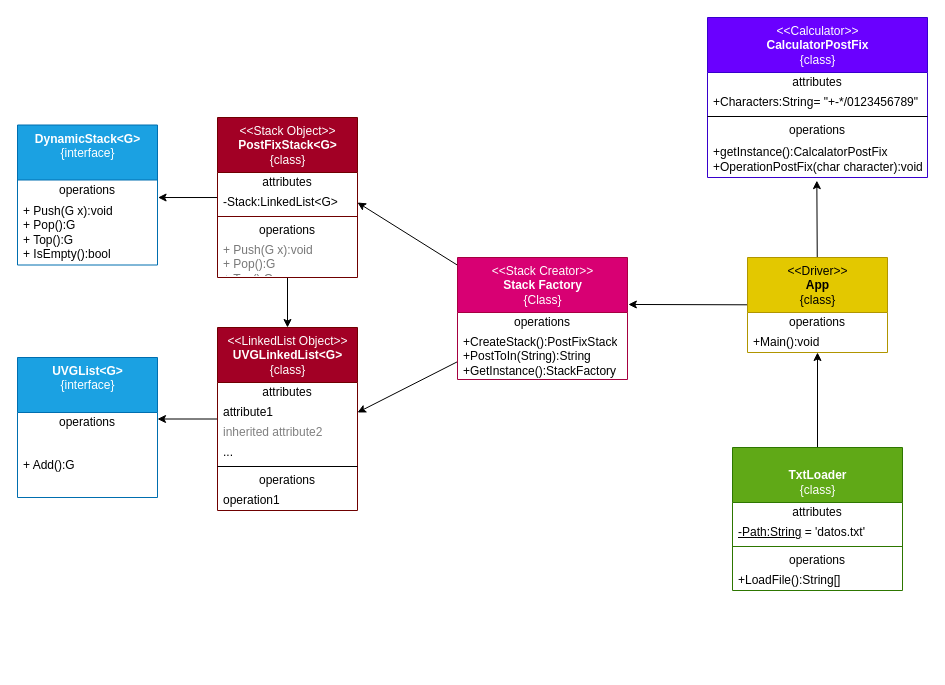
PeDro0210/hdt_4 keeps this draw.io diagram as tasks/UML.drawio. Above is the earlier version. Source tidied: cells renumbered, new cells numbered last; positions are measured from the earlier drawing's top-left corner, leaving out a move shared by most shapes. Both pictures are drawn from the tidied source at 100%, with x=0, y=0 at pixel (17, 17).
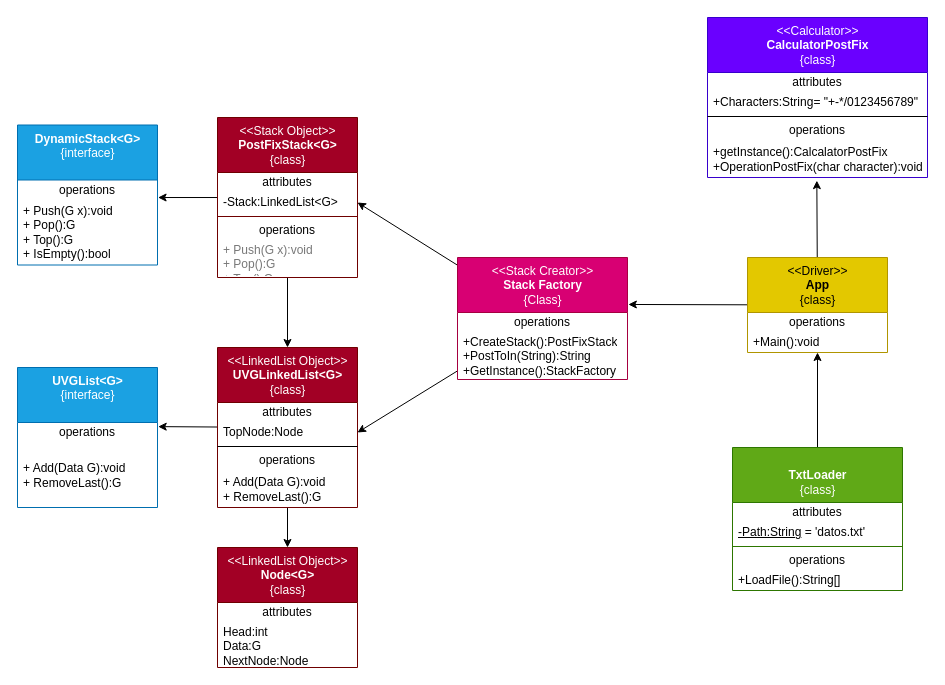
The same diagram, later.

The change refers to these unchanged cells:
```xml
<mxCell id="28" value="operations" style="text;html=1;strokeColor=none;fillColor=none;align=center;verticalAlign=middle;spacingLeft=4;spacingRight=4;overflow=hidden;points=[[0,0.5],[1,0.5]];portConstraint=eastwest;" parent="27" vertex="1">
  <mxGeometry y="55" width="140" height="20" as="geometry" />
</mxCell>
```

The edit, as a diff of the source:
```diff
@@
-    <mxCell id="18" style="edgeStyle=none;html=1;" parent="1" edge="1" source="19">
-      <mxGeometry relative="1" as="geometry">
-        <mxPoint x="140" y="401.5" as="targetPoint" />
-      </mxGeometry>
+    <mxCell id="18" style="edgeStyle=none;html=1;entryX=1.005;entryY=0.206;entryDx=0;entryDy=0;entryPerimeter=0;" parent="1" edge="1" source="19" target="28">
+      <mxGeometry relative="1" as="geometry" />
     </mxCell>
+    <mxCell id="48" style="edgeStyle=none;html=1;" parent="1" edge="1" source="19" target="49">
+      <mxGeometry relative="1" as="geometry" />
+    </mxCell>
     <mxCell id="19" value="&amp;lt;&amp;lt;LinkedList Object&amp;gt;&amp;gt;&lt;br&gt;&lt;b&gt;UVGLinkedList&amp;lt;G&amp;gt;&lt;/b&gt;&lt;br&gt;{class}" style="swimlane;fontStyle=0;align=center;verticalAlign=top;horizontal=1;startSize=55;html=1;fillColor=#a20025;fontColor=#ffffff;strokeColor=#6F0000;" parent="1" vertex="1">
-      <mxGeometry x="200" y="310" width="140" height="183" as="geometry" />
+      <mxGeometry x="200" y="330" width="140" height="160" as="geometry" />
     </mxCell>
@@
-    <mxCell id="21" value="attribute1" style="text;html=1;strokeColor=none;fillColor=none;align=left;verticalAlign=middle;spacingLeft=4;spacingRight=4;overflow=hidden;points=[[0,0.5],[1,0.5]];portConstraint=eastwest;" parent="19" vertex="1">
+    <mxCell id="21" value="TopNode:Node" style="text;html=1;strokeColor=none;fillColor=none;align=left;verticalAlign=middle;spacingLeft=4;spacingRight=4;overflow=hidden;points=[[0,0.5],[1,0.5]];portConstraint=eastwest;" parent="19" vertex="1">
       <mxGeometry y="75" width="140" height="20" as="geometry" />
     </mxCell>
-    <mxCell id="22" value="inherited attribute2" style="text;html=1;strokeColor=none;fillColor=none;align=left;verticalAlign=middle;spacingLeft=4;spacingRight=4;overflow=hidden;fontColor=#808080;" parent="19" vertex="1">
-      <mxGeometry y="95" width="140" height="20" as="geometry" />
-    </mxCell>
-    <mxCell id="23" value="..." style="text;html=1;strokeColor=none;fillColor=none;align=left;verticalAlign=middle;spacingLeft=4;spacingRight=4;overflow=hidden;" parent="19" vertex="1">
-      <mxGeometry y="115" width="140" height="20" as="geometry" />
-    </mxCell>
     <mxCell id="24" style="line;strokeWidth=1;fillColor=none;align=left;verticalAlign=middle;spacingTop=-1;spacingLeft=3;spacingRight=3;labelPosition=right;" parent="19" vertex="1">
-      <mxGeometry y="135" width="140" height="8" as="geometry" />
+      <mxGeometry y="95" width="140" height="8" as="geometry" />
     </mxCell>
     <mxCell id="25" value="operations" style="text;html=1;strokeColor=none;fillColor=none;align=center;verticalAlign=middle;spacingLeft=4;spacingRight=4;overflow=hidden;" parent="19" vertex="1">
-      <mxGeometry y="143" width="140" height="20" as="geometry" />
+      <mxGeometry y="103" width="140" height="20" as="geometry" />
     </mxCell>
-    <mxCell id="26" value="operation1" style="text;html=1;strokeColor=none;fillColor=none;align=left;verticalAlign=middle;spacingLeft=4;spacingRight=4;overflow=hidden;" parent="19" vertex="1">
-      <mxGeometry y="163" width="140" height="20" as="geometry" />
+    <mxCell id="26" value="+ Add(Data G):void&lt;br&gt;+ RemoveLast():G" style="text;html=1;strokeColor=none;fillColor=none;align=left;verticalAlign=middle;spacingLeft=4;spacingRight=4;overflow=hidden;" parent="19" vertex="1">
+      <mxGeometry y="123" width="140" height="37" as="geometry" />
     </mxCell>
     <mxCell id="27" value="&lt;b&gt;UVGList&amp;lt;G&amp;gt;&lt;/b&gt;&lt;br&gt;{interface}" style="swimlane;fontStyle=0;align=center;verticalAlign=top;horizontal=1;startSize=55;html=1;fillColor=#1ba1e2;fontColor=#ffffff;strokeColor=#006EAF;" parent="1" vertex="1">
-      <mxGeometry y="340" width="140" height="140" as="geometry" />
+      <mxGeometry y="350" width="140" height="140" as="geometry" />
     </mxCell>
@@
-    <mxCell id="29" value="+ Add():G&lt;span style=&quot;white-space: pre;&quot;&gt;&#9;&lt;/span&gt;" style="text;html=1;strokeColor=none;fillColor=none;align=left;verticalAlign=middle;spacingLeft=4;spacingRight=4;overflow=hidden;" parent="27" vertex="1">
+    <mxCell id="29" value="+ Add(Data G):void&lt;br&gt;+ RemoveLast():G&lt;span style=&quot;&quot;&gt;&lt;/span&gt;" style="text;html=1;strokeColor=none;fillColor=none;align=left;verticalAlign=middle;spacingLeft=4;spacingRight=4;overflow=hidden;" parent="27" vertex="1">
       <mxGeometry y="75" width="140" height="65" as="geometry" />
     </mxCell>
@@
+    <mxCell id="49" value="&amp;lt;&amp;lt;LinkedList Object&amp;gt;&amp;gt;&lt;br&gt;&lt;b&gt;Node&amp;lt;G&amp;gt;&lt;/b&gt;&lt;br&gt;{class}" style="swimlane;fontStyle=0;align=center;verticalAlign=top;horizontal=1;startSize=55;html=1;fillColor=#a20025;fontColor=#ffffff;strokeColor=#6F0000;" parent="1" vertex="1">
+      <mxGeometry x="200" y="530" width="140" height="120" as="geometry" />
+    </mxCell>
+    <mxCell id="50" value="attributes" style="text;html=1;strokeColor=none;fillColor=none;align=center;verticalAlign=middle;spacingLeft=4;spacingRight=4;overflow=hidden;" parent="49" vertex="1">
+      <mxGeometry y="55" width="140" height="20" as="geometry" />
+    </mxCell>
+    <mxCell id="51" value="Head:int&lt;br&gt;Data:G&lt;br&gt;NextNode:Node" style="text;html=1;strokeColor=none;fillColor=none;align=left;verticalAlign=middle;spacingLeft=4;spacingRight=4;overflow=hidden;" parent="49" vertex="1">
+      <mxGeometry y="75" width="140" height="45" as="geometry" />
+    </mxCell>
```
